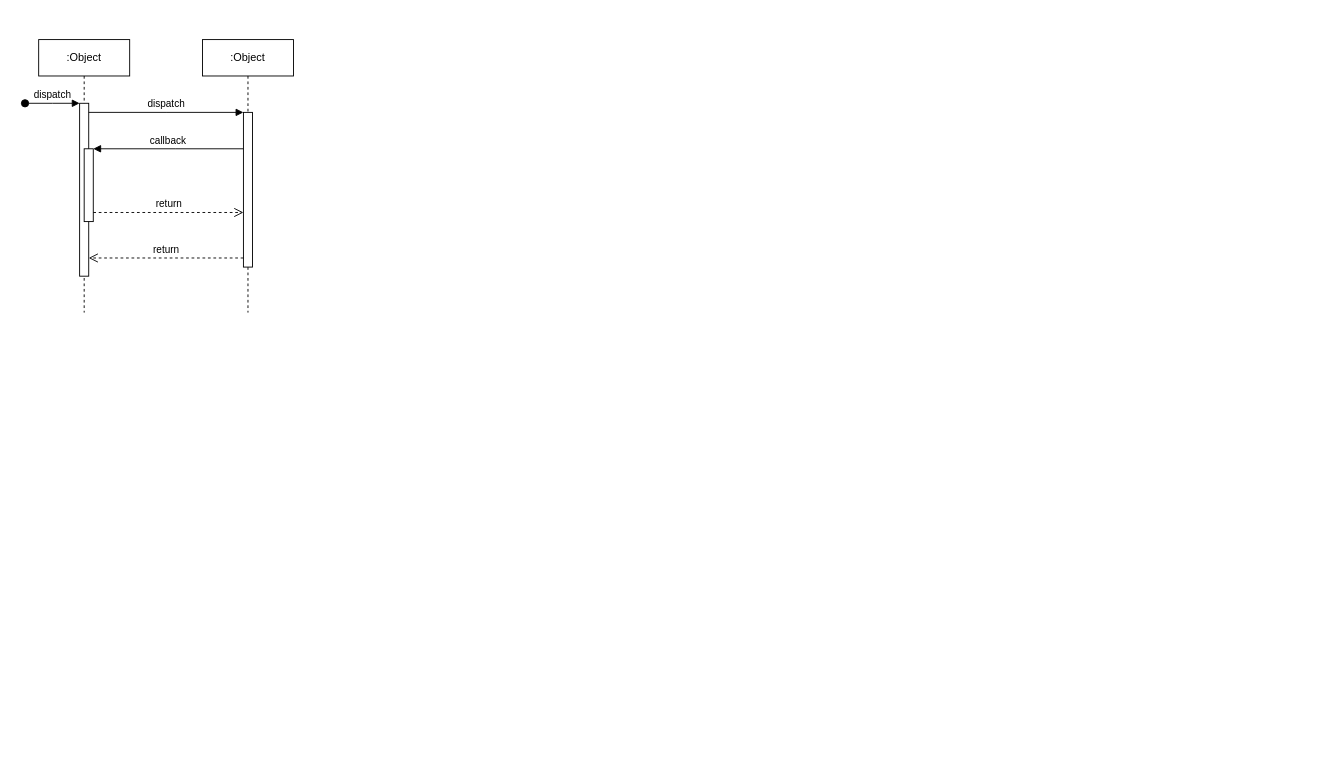
Above: Field Worker.drawio in Elysian01/Elysian01 (draw.io), before the change. Source tidied: cells renumbered, new cells numbered last; positions are measured from the earlier drawing's top-left corner, leaving out a move shared by most shapes. Both pictures are drawn from the tidied source at 91%, with x=0, y=0 at pixel (25, 39).
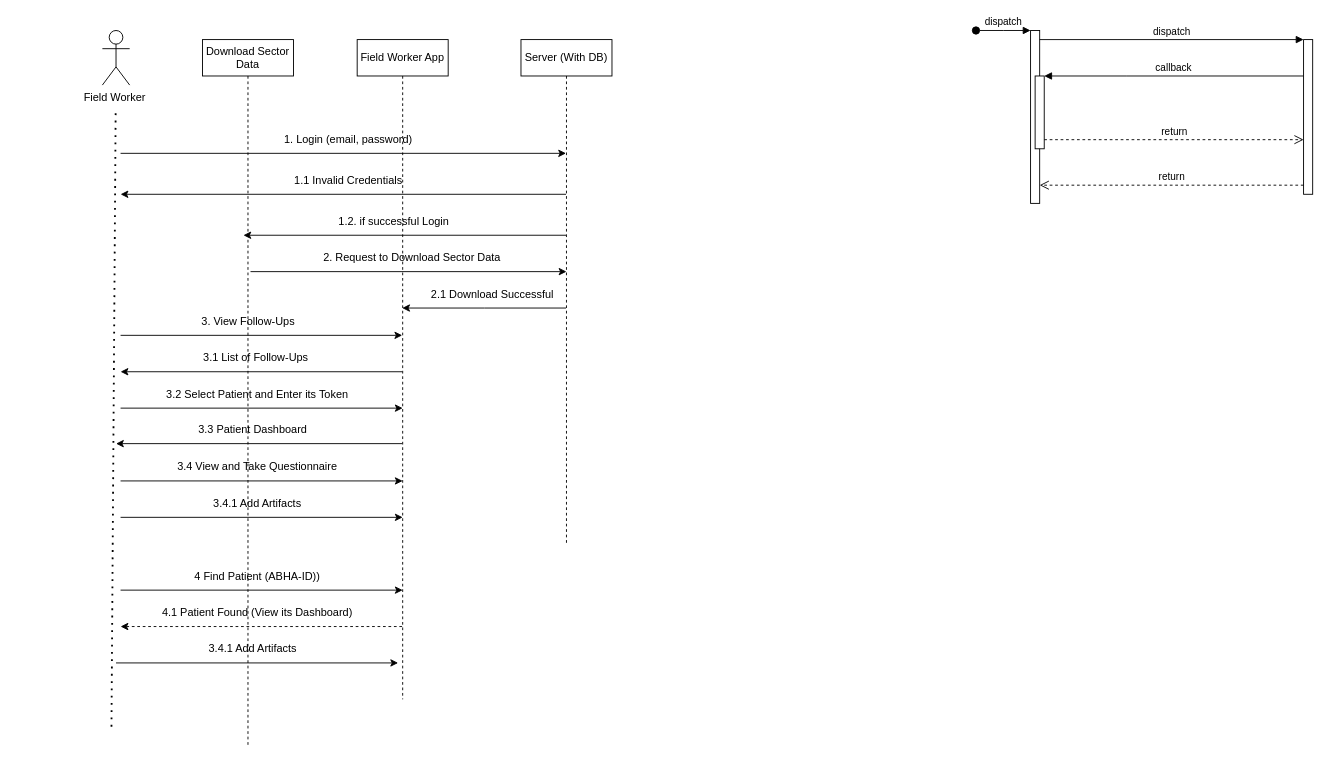
The same diagram, later.

Diff of the diagram source:
```diff
@@
-    <mxCell id="2" value=":Object" style="shape=umlLifeline;perimeter=lifelinePerimeter;whiteSpace=wrap;html=1;newEdgeStyle={&quot;edgeStyle&quot;:&quot;elbowEdgeStyle&quot;,&quot;elbow&quot;:&quot;vertical&quot;,&quot;curved&quot;:0,&quot;rounded&quot;:0};" parent="1" vertex="1">
-      <mxGeometry x="15" width="100" height="300" as="geometry" />
-    </mxCell>
+    <mxCell id="6" value="Download Sector Data" style="shape=umlLifeline;perimeter=lifelinePerimeter;whiteSpace=wrap;html=1;newEdgeStyle={&quot;edgeStyle&quot;:&quot;elbowEdgeStyle&quot;,&quot;elbow&quot;:&quot;vertical&quot;,&quot;curved&quot;:0,&quot;rounded&quot;:0};" parent="1" vertex="1">
+      <mxGeometry x="195" width="100" height="775" as="geometry" />
+    </mxCell>
-    <mxCell id="3" style="html=1;points=[];perimeter=orthogonalPerimeter;outlineConnect=0;targetShapes=umlLifeline;portConstraint=eastwest;newEdgeStyle={&quot;edgeStyle&quot;:&quot;elbowEdgeStyle&quot;,&quot;elbow&quot;:&quot;vertical&quot;,&quot;curved&quot;:0,&quot;rounded&quot;:0};" parent="2" vertex="1">
-      <mxGeometry x="45" y="70" width="10" height="190" as="geometry" />
+    <mxCell id="3" style="html=1;points=[];perimeter=orthogonalPerimeter;outlineConnect=0;targetShapes=umlLifeline;portConstraint=eastwest;newEdgeStyle={&quot;edgeStyle&quot;:&quot;elbowEdgeStyle&quot;,&quot;elbow&quot;:&quot;vertical&quot;,&quot;curved&quot;:0,&quot;rounded&quot;:0};" parent="1" vertex="1">
+      <mxGeometry x="1105" y="-10" width="10" height="190" as="geometry" />
     </mxCell>
-    <mxCell id="4" value="dispatch" style="html=1;verticalAlign=bottom;startArrow=oval;endArrow=block;startSize=8;edgeStyle=elbowEdgeStyle;elbow=vertical;curved=0;rounded=0;" parent="2" edge="1" target="3">
+    <mxCell id="4" value="dispatch" style="html=1;verticalAlign=bottom;startArrow=oval;endArrow=block;startSize=8;edgeStyle=elbowEdgeStyle;elbow=vertical;curved=0;rounded=0;" parent="1" edge="1" target="3">
       <mxGeometry relative="1" as="geometry">
-        <mxPoint x="-15" y="70" as="sourcePoint" />
+        <mxPoint x="1045" y="-10" as="sourcePoint" />
       </mxGeometry>
     </mxCell>
-    <mxCell id="5" style="html=1;points=[];perimeter=orthogonalPerimeter;outlineConnect=0;targetShapes=umlLifeline;portConstraint=eastwest;newEdgeStyle={&quot;edgeStyle&quot;:&quot;elbowEdgeStyle&quot;,&quot;elbow&quot;:&quot;vertical&quot;,&quot;curved&quot;:0,&quot;rounded&quot;:0};" parent="2" vertex="1">
-      <mxGeometry x="50" y="120" width="10" height="80" as="geometry" />
+    <mxCell id="5" style="html=1;points=[];perimeter=orthogonalPerimeter;outlineConnect=0;targetShapes=umlLifeline;portConstraint=eastwest;newEdgeStyle={&quot;edgeStyle&quot;:&quot;elbowEdgeStyle&quot;,&quot;elbow&quot;:&quot;vertical&quot;,&quot;curved&quot;:0,&quot;rounded&quot;:0};" parent="1" vertex="1">
+      <mxGeometry x="1110" y="40" width="10" height="80" as="geometry" />
     </mxCell>
-    <mxCell id="6" value=":Object" style="shape=umlLifeline;perimeter=lifelinePerimeter;whiteSpace=wrap;html=1;newEdgeStyle={&quot;edgeStyle&quot;:&quot;elbowEdgeStyle&quot;,&quot;elbow&quot;:&quot;vertical&quot;,&quot;curved&quot;:0,&quot;rounded&quot;:0};" parent="1" vertex="1">
-      <mxGeometry x="195" width="100" height="300" as="geometry" />
-    </mxCell>
-    <mxCell id="7" style="html=1;points=[];perimeter=orthogonalPerimeter;outlineConnect=0;targetShapes=umlLifeline;portConstraint=eastwest;newEdgeStyle={&quot;edgeStyle&quot;:&quot;elbowEdgeStyle&quot;,&quot;elbow&quot;:&quot;vertical&quot;,&quot;curved&quot;:0,&quot;rounded&quot;:0};" parent="6" vertex="1">
-      <mxGeometry x="45" y="80" width="10" height="170" as="geometry" />
+    <mxCell id="7" style="html=1;points=[];perimeter=orthogonalPerimeter;outlineConnect=0;targetShapes=umlLifeline;portConstraint=eastwest;newEdgeStyle={&quot;edgeStyle&quot;:&quot;elbowEdgeStyle&quot;,&quot;elbow&quot;:&quot;vertical&quot;,&quot;curved&quot;:0,&quot;rounded&quot;:0};" parent="1" vertex="1">
+      <mxGeometry x="1405" width="10" height="170" as="geometry" />
     </mxCell>
     <mxCell id="8" value="dispatch" style="html=1;verticalAlign=bottom;endArrow=block;edgeStyle=elbowEdgeStyle;elbow=vertical;curved=0;rounded=0;" parent="1" edge="1" source="3" target="7">
       <mxGeometry relative="1" as="geometry">
         <Array as="points">
-          <mxPoint x="155" y="80" />
+          <mxPoint x="1200" />
         </Array>
       </mxGeometry>
     </mxCell>
     <mxCell id="9" value="return" style="html=1;verticalAlign=bottom;endArrow=open;dashed=1;endSize=8;edgeStyle=elbowEdgeStyle;elbow=vertical;curved=0;rounded=0;" parent="1" edge="1" source="7" target="3">
       <mxGeometry relative="1" as="geometry">
         <Array as="points">
-          <mxPoint x="165" y="240" />
+          <mxPoint x="1210" y="160" />
         </Array>
       </mxGeometry>
     </mxCell>
     <mxCell id="10" value="callback" style="html=1;verticalAlign=bottom;endArrow=block;edgeStyle=elbowEdgeStyle;elbow=vertical;curved=0;rounded=0;" parent="1" edge="1" source="7" target="5">
       <mxGeometry relative="1" as="geometry">
         <Array as="points">
-          <mxPoint x="165" y="120" />
+          <mxPoint x="1210" y="40" />
         </Array>
       </mxGeometry>
     </mxCell>
     <mxCell id="11" value="return" style="html=1;verticalAlign=bottom;endArrow=open;dashed=1;endSize=8;edgeStyle=elbowEdgeStyle;elbow=vertical;curved=0;rounded=0;" parent="1" edge="1" source="5" target="7">
       <mxGeometry relative="1" as="geometry">
         <Array as="points">
-          <mxPoint x="155" y="190" />
+          <mxPoint x="1200" y="110" />
         </Array>
       </mxGeometry>
     </mxCell>
+    <mxCell id="12" value="Field Worker App" style="shape=umlLifeline;perimeter=lifelinePerimeter;whiteSpace=wrap;html=1;outlineConnect=0;portConstraint=eastwest;newEdgeStyle={&quot;edgeStyle&quot;:&quot;elbowEdgeStyle&quot;,&quot;elbow&quot;:&quot;vertical&quot;,&quot;curved&quot;:0,&quot;rounded&quot;:0};" parent="1" vertex="1">
+      <mxGeometry x="365" width="100" height="725" as="geometry" />
+    </mxCell>
+    <mxCell id="13" value="Server (With DB)" style="shape=umlLifeline;perimeter=lifelinePerimeter;whiteSpace=wrap;html=1;outlineConnect=0;portConstraint=eastwest;newEdgeStyle={&quot;edgeStyle&quot;:&quot;elbowEdgeStyle&quot;,&quot;elbow&quot;:&quot;vertical&quot;,&quot;curved&quot;:0,&quot;rounded&quot;:0};" parent="1" vertex="1">
+      <mxGeometry x="545" width="100" height="555" as="geometry" />
+    </mxCell>
+    <mxCell id="14" value="Field Worker&amp;nbsp;" style="shape=umlActor;verticalLabelPosition=bottom;verticalAlign=top;html=1;" parent="1" vertex="1">
+      <mxGeometry x="85" y="-10" width="30" height="60" as="geometry" />
+    </mxCell>
+    <mxCell id="15" style="endArrow=classic;html=1;rounded=0;" parent="1" edge="1" target="13">
+      <mxGeometry relative="1" as="geometry">
+        <mxPoint x="105" y="125" as="sourcePoint" />
+      </mxGeometry>
+    </mxCell>
+    <mxCell id="16" value="1. Login (email, password)" style="text;html=1;align=center;verticalAlign=middle;strokeColor=none;fillColor=none;" parent="1" vertex="1">
+      <mxGeometry x="275" y="95" width="160" height="30" as="geometry" />
+    </mxCell>
+    <mxCell id="17" style="endArrow=classic;html=1;rounded=0;" parent="1" edge="1" source="13">
+      <mxGeometry relative="1" as="geometry">
+        <mxPoint x="240" y="215" as="targetPoint" />
+      </mxGeometry>
+    </mxCell>
+    <mxCell id="18" value="1.2. if successful Login" style="text;html=1;align=center;verticalAlign=middle;strokeColor=none;fillColor=none;" parent="1" vertex="1">
+      <mxGeometry x="335" y="185" width="140" height="30" as="geometry" />
+    </mxCell>
+    <mxCell id="19" style="endArrow=classic;html=1;rounded=0;" parent="1" edge="1">
+      <mxGeometry relative="1" as="geometry">
+        <mxPoint x="594.5" y="170" as="sourcePoint" />
+        <mxPoint x="105" y="170" as="targetPoint" />
+      </mxGeometry>
+    </mxCell>
+    <mxCell id="20" value="1.1 Invalid Credentials" style="text;html=1;align=center;verticalAlign=middle;strokeColor=none;fillColor=none;" parent="1" vertex="1">
+      <mxGeometry x="285" y="140" width="140" height="30" as="geometry" />
+    </mxCell>
+    <mxCell id="21" style="endArrow=classic;startArrow=none;html=1;rounded=0;startFill=0;" parent="1" edge="1">
+      <mxGeometry relative="1" as="geometry">
+        <mxPoint x="247.8" y="255" as="sourcePoint" />
+        <mxPoint x="595" y="255" as="targetPoint" />
+      </mxGeometry>
+    </mxCell>
+    <mxCell id="22" value="2. Request to Download Sector Data" style="text;html=1;align=center;verticalAlign=middle;strokeColor=none;fillColor=none;" parent="1" vertex="1">
+      <mxGeometry x="315" y="225" width="220" height="30" as="geometry" />
+    </mxCell>
+    <mxCell id="23" style="endArrow=none;dashed=1;html=1;dashPattern=1 3;strokeWidth=2;rounded=0;" parent="1" edge="1">
+      <mxGeometry relative="1" as="geometry">
+        <mxPoint x="95" y="755" as="sourcePoint" />
+        <mxPoint x="99.6" y="77.5" as="targetPoint" />
+      </mxGeometry>
+    </mxCell>
+    <mxCell id="24" style="endArrow=classic;html=1;rounded=0;" parent="1" edge="1" source="13" target="12">
+      <mxGeometry relative="1" as="geometry">
+        <Array as="points">
+          <mxPoint x="505" y="295" />
+        </Array>
+      </mxGeometry>
+    </mxCell>
+    <mxCell id="25" value="2.1 Download Successful&amp;nbsp;" style="text;html=1;align=center;verticalAlign=middle;strokeColor=none;fillColor=none;" parent="1" vertex="1">
+      <mxGeometry x="435" y="265" width="160" height="30" as="geometry" />
+    </mxCell>
+    <mxCell id="26" style="endArrow=classic;html=1;rounded=0;" parent="1" edge="1" target="12">
+      <mxGeometry relative="1" as="geometry">
+        <mxPoint x="105" y="325" as="sourcePoint" />
+      </mxGeometry>
+    </mxCell>
+    <mxCell id="27" value="3. View Follow-Ups" style="text;html=1;align=center;verticalAlign=middle;strokeColor=none;fillColor=none;" parent="1" vertex="1">
+      <mxGeometry x="180" y="295" width="130" height="30" as="geometry" />
+    </mxCell>
+    <mxCell id="28" style="endArrow=none;html=1;rounded=0;startArrow=classic;startFill=1;endFill=0;" parent="1" edge="1" target="12">
+      <mxGeometry relative="1" as="geometry">
+        <mxPoint x="105" y="365" as="sourcePoint" />
+      </mxGeometry>
+    </mxCell>
+    <mxCell id="29" value="3.1 List of Follow-Ups&amp;nbsp;" style="text;html=1;align=center;verticalAlign=middle;strokeColor=none;fillColor=none;" parent="1" vertex="1">
+      <mxGeometry x="185" y="335" width="140" height="30" as="geometry" />
+    </mxCell>
+    <mxCell id="30" style="endArrow=classic;html=1;rounded=0;" parent="1" edge="1">
+      <mxGeometry relative="1" as="geometry">
+        <mxPoint x="105" y="405" as="sourcePoint" />
+        <mxPoint x="415" y="405" as="targetPoint" />
+      </mxGeometry>
+    </mxCell>
+    <mxCell id="31" value="3.2 Select Patient and Enter its Token" style="text;html=1;align=center;verticalAlign=middle;strokeColor=none;fillColor=none;" parent="1" vertex="1">
+      <mxGeometry x="145" y="375" width="220" height="30" as="geometry" />
+    </mxCell>
+    <mxCell id="32" style="endArrow=none;html=1;rounded=0;startArrow=classic;startFill=1;endFill=0;" parent="1" edge="1" target="12">
+      <mxGeometry relative="1" as="geometry">
+        <mxPoint x="100" y="444" as="sourcePoint" />
+      </mxGeometry>
+    </mxCell>
+    <mxCell id="33" value="3.3 Patient Dashboard" style="text;html=1;align=center;verticalAlign=middle;strokeColor=none;fillColor=none;" parent="1" vertex="1">
+      <mxGeometry x="180" y="414" width="140" height="30" as="geometry" />
+    </mxCell>
+    <mxCell id="34" style="endArrow=classic;html=1;rounded=0;" parent="1" edge="1">
+      <mxGeometry relative="1" as="geometry">
+        <mxPoint x="105" y="485" as="sourcePoint" />
+        <mxPoint x="415" y="485" as="targetPoint" />
+      </mxGeometry>
+    </mxCell>
+    <mxCell id="35" value="3.4 View and Take Questionnaire" style="text;html=1;align=center;verticalAlign=middle;strokeColor=none;fillColor=none;" parent="1" vertex="1">
+      <mxGeometry x="155" y="455" width="200" height="30" as="geometry" />
+    </mxCell>
+    <mxCell id="36" style="endArrow=classic;html=1;rounded=0;" parent="1" edge="1">
+      <mxGeometry relative="1" as="geometry">
+        <mxPoint x="105" y="525" as="sourcePoint" />
+        <mxPoint x="415" y="525" as="targetPoint" />
+      </mxGeometry>
+    </mxCell>
+    <mxCell id="37" value="3.4.1 Add Artifacts" style="text;html=1;align=center;verticalAlign=middle;strokeColor=none;fillColor=none;" parent="1" vertex="1">
+      <mxGeometry x="195" y="495" width="120" height="30" as="geometry" />
+    </mxCell>
+    <mxCell id="38" style="endArrow=classic;html=1;rounded=0;" parent="1" edge="1">
+      <mxGeometry relative="1" as="geometry">
+        <mxPoint x="105" y="605" as="sourcePoint" />
+        <mxPoint x="415" y="605" as="targetPoint" />
+      </mxGeometry>
+    </mxCell>
+    <mxCell id="39" value="4 Find Patient (ABHA-ID))" style="text;html=1;align=center;verticalAlign=middle;strokeColor=none;fillColor=none;" parent="1" vertex="1">
+      <mxGeometry x="175" y="575" width="160" height="30" as="geometry" />
+    </mxCell>
+    <mxCell id="40" style="endArrow=none;html=1;rounded=0;dashed=1;endFill=0;startArrow=classic;startFill=1;" parent="1" edge="1">
+      <mxGeometry relative="1" as="geometry">
+        <mxPoint x="105" y="645" as="sourcePoint" />
+        <mxPoint x="415" y="645" as="targetPoint" />
+      </mxGeometry>
+    </mxCell>
+    <mxCell id="41" value="4.1 Patient Found (View its Dashboard)" style="text;html=1;align=center;verticalAlign=middle;strokeColor=none;fillColor=none;" parent="1" vertex="1">
+      <mxGeometry x="140" y="615" width="230" height="30" as="geometry" />
+    </mxCell>
+    <mxCell id="42" style="endArrow=classic;html=1;rounded=0;" parent="1" edge="1">
+      <mxGeometry relative="1" as="geometry">
+        <mxPoint x="100" y="685" as="sourcePoint" />
+        <mxPoint x="410" y="685" as="targetPoint" />
+      </mxGeometry>
+    </mxCell>
+    <mxCell id="43" value="3.4.1 Add Artifacts" style="text;html=1;align=center;verticalAlign=middle;strokeColor=none;fillColor=none;" parent="1" vertex="1">
+      <mxGeometry x="190" y="655" width="120" height="30" as="geometry" />
+    </mxCell>
```
